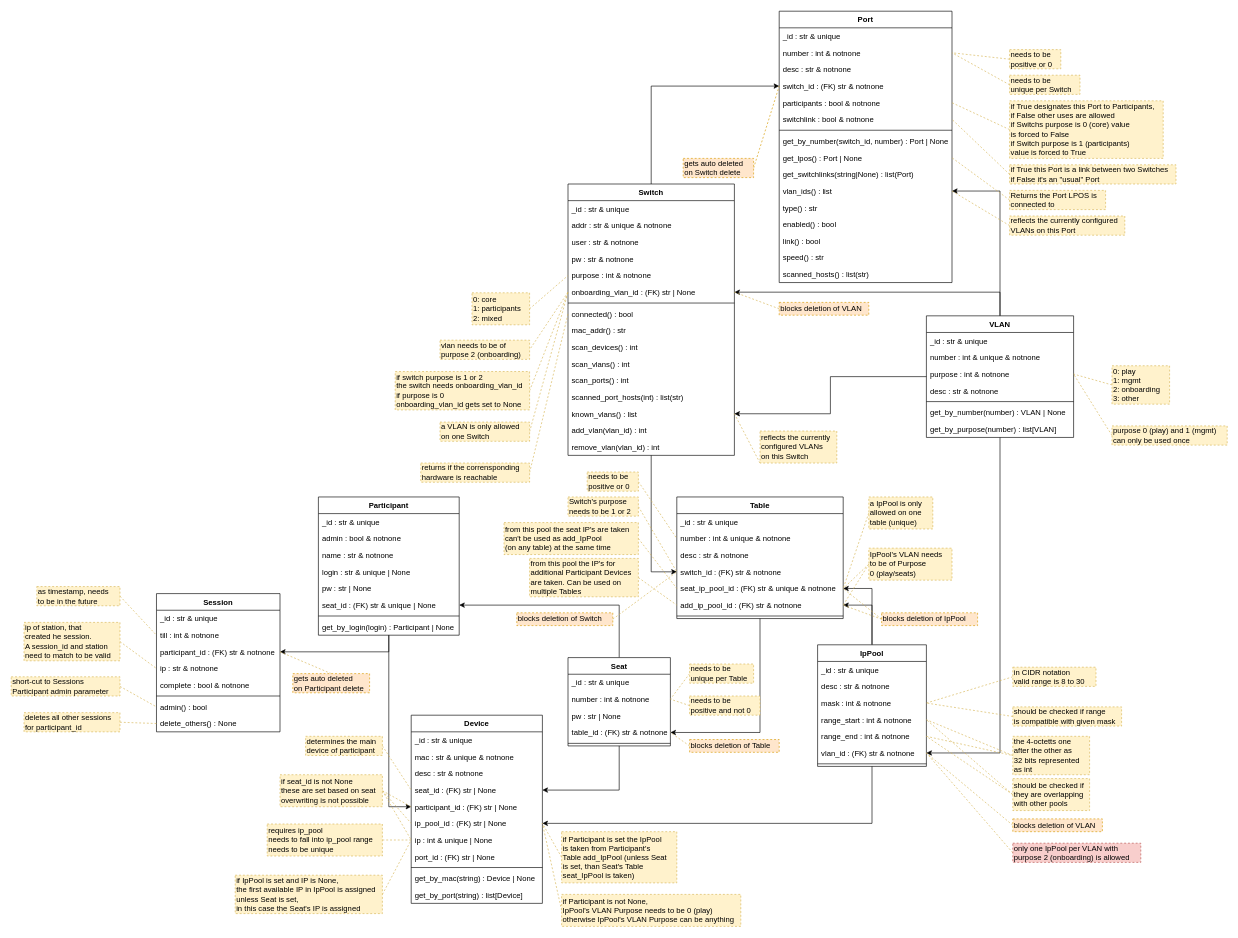
This is docs/elements_classes.drawio from nils-ost/LanPartyOnboardingSystem, a draw.io file, before an edit. Source tidied: cells renumbered, new cells numbered last; positions are measured from the earlier drawing's top-left corner, leaving out a move shared by most shapes. Both pictures are drawn from the tidied source at 64%, with x=0, y=0 at pixel (11, 11).
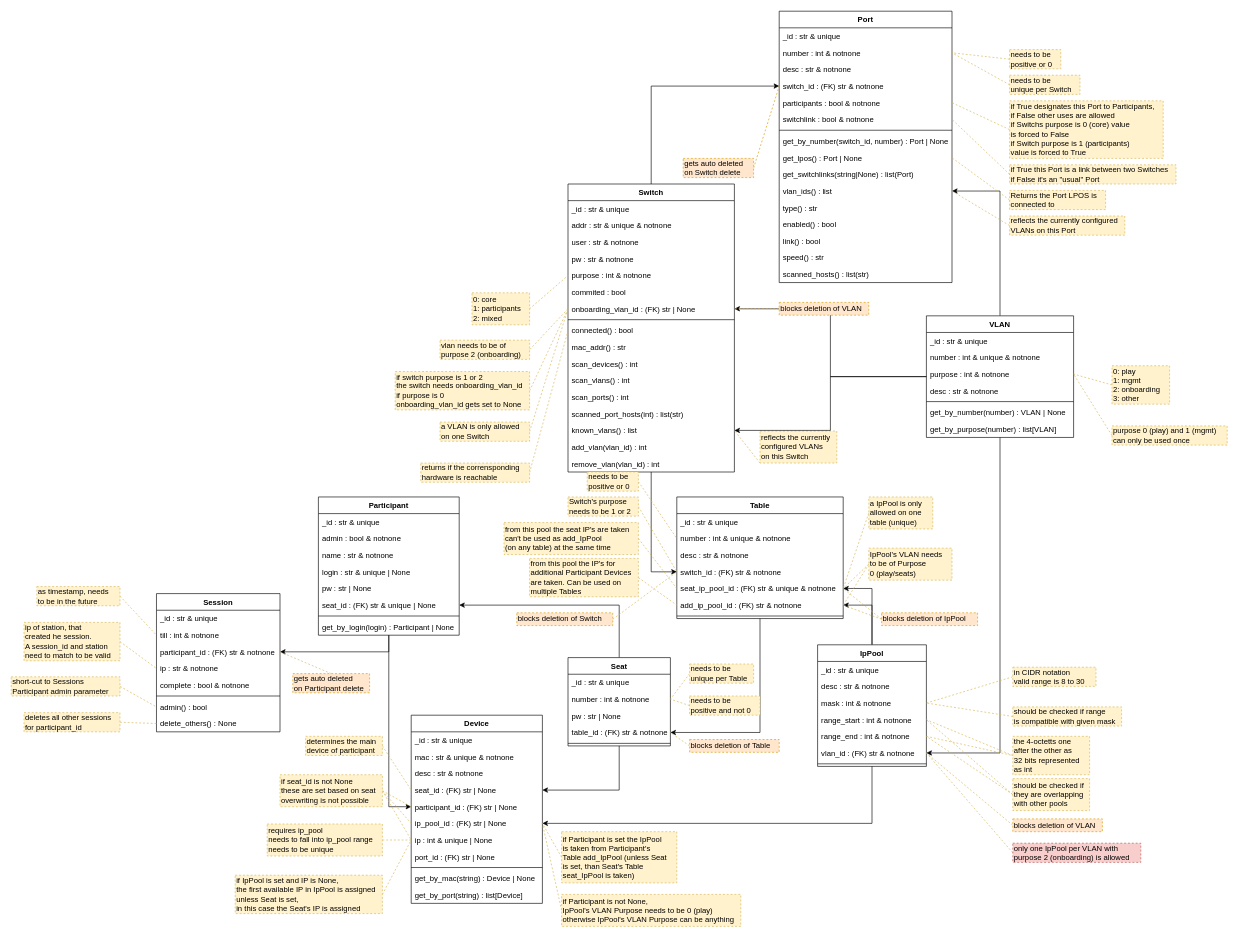
Above is the later version.

Commit message (it also covers changes not shown here):
backend system enpoint now delivers true data for commited and open_commits

Change to the diagram source:
```diff
@@
     <mxCell id="13" value="Switch" style="swimlane;fontStyle=1;align=center;verticalAlign=top;horizontal=1;startSize=26;" parent="1" vertex="1">
-      <mxGeometry x="870" y="270" width="260" height="424" as="geometry" />
+      <mxGeometry x="870" y="270" width="260" height="450" as="geometry" />
     </mxCell>
@@
+    <mxCell id="204" value="commited : bool" style="text;strokeColor=none;fillColor=none;align=left;verticalAlign=top;spacingLeft=4;spacingRight=4;overflow=hidden;" parent="13" vertex="1">
+      <mxGeometry y="156" width="260" height="26" as="geometry" />
+    </mxCell>
     <mxCell id="19" value="onboarding_vlan_id : (FK) str | None" style="text;align=left;verticalAlign=top;spacingLeft=4;spacingRight=4;overflow=hidden;points=[[0,0.5],[1,0.5]];portConstraint=eastwest;" parent="13" vertex="1">
-      <mxGeometry y="156" width="260" height="26" as="geometry" />
+      <mxGeometry y="182" width="260" height="26" as="geometry" />
     </mxCell>
     <mxCell id="20" style="line;strokeWidth=1;fillColor=none;align=left;verticalAlign=middle;spacingTop=-1;spacingLeft=3;spacingRight=3;labelPosition=right;" parent="13" vertex="1">
-      <mxGeometry y="182" width="260" height="8" as="geometry" />
+      <mxGeometry y="208" width="260" height="8" as="geometry" />
     </mxCell>
     <mxCell id="21" value="connected() : bool" style="text;align=left;verticalAlign=top;spacingLeft=4;spacingRight=4;overflow=hidden;points=[[0,0.5],[1,0.5]];portConstraint=eastwest;" parent="13" vertex="1">
-      <mxGeometry y="190" width="260" height="26" as="geometry" />
+      <mxGeometry y="216" width="260" height="26" as="geometry" />
     </mxCell>
     <mxCell id="22" value="mac_addr() : str" style="text;align=left;verticalAlign=top;spacingLeft=4;spacingRight=4;overflow=hidden;" parent="13" vertex="1">
-      <mxGeometry y="216" width="260" height="26" as="geometry" />
+      <mxGeometry y="242" width="260" height="26" as="geometry" />
     </mxCell>
     <mxCell id="23" value="scan_devices() : int" style="text;align=left;verticalAlign=top;spacingLeft=4;spacingRight=4;overflow=hidden;" parent="13" vertex="1">
-      <mxGeometry y="242" width="260" height="26" as="geometry" />
+      <mxGeometry y="268" width="260" height="26" as="geometry" />
     </mxCell>
     <mxCell id="24" value="scan_vlans() : int" style="text;align=left;verticalAlign=top;spacingLeft=4;spacingRight=4;overflow=hidden;" parent="13" vertex="1">
-      <mxGeometry y="268" width="260" height="26" as="geometry" />
+      <mxGeometry y="294" width="260" height="26" as="geometry" />
     </mxCell>
     <mxCell id="25" value="scan_ports() : int" style="text;align=left;verticalAlign=top;spacingLeft=4;spacingRight=4;overflow=hidden;" parent="13" vertex="1">
-      <mxGeometry y="294" width="260" height="26" as="geometry" />
+      <mxGeometry y="320" width="260" height="26" as="geometry" />
     </mxCell>
     <mxCell id="26" value="scanned_port_hosts(int) : list(str)" style="text;align=left;verticalAlign=top;spacingLeft=4;spacingRight=4;overflow=hidden;" parent="13" vertex="1">
-      <mxGeometry y="320" width="260" height="26" as="geometry" />
+      <mxGeometry y="346" width="260" height="26" as="geometry" />
     </mxCell>
     <mxCell id="27" value="known_vlans() : list" style="text;align=left;verticalAlign=top;spacingLeft=4;spacingRight=4;overflow=hidden;points=[[0,0.5],[1,0.5]];portConstraint=eastwest;" parent="13" vertex="1">
-      <mxGeometry y="346" width="260" height="26" as="geometry" />
+      <mxGeometry y="372" width="260" height="26" as="geometry" />
     </mxCell>
     <mxCell id="28" value="add_vlan(vlan_id) : int" style="text;strokeColor=none;fillColor=none;align=left;verticalAlign=top;spacingLeft=4;spacingRight=4;overflow=hidden;" parent="13" vertex="1">
-      <mxGeometry y="372" width="260" height="26" as="geometry" />
+      <mxGeometry y="398" width="260" height="26" as="geometry" />
     </mxCell>
     <mxCell id="29" value="remove_vlan(vlan_id) : int" style="text;strokeColor=none;fillColor=none;align=left;verticalAlign=top;spacingLeft=4;spacingRight=4;overflow=hidden;" parent="13" vertex="1">
-      <mxGeometry y="398" width="260" height="26" as="geometry" />
+      <mxGeometry y="424" width="260" height="26" as="geometry" />
     </mxCell>
```
